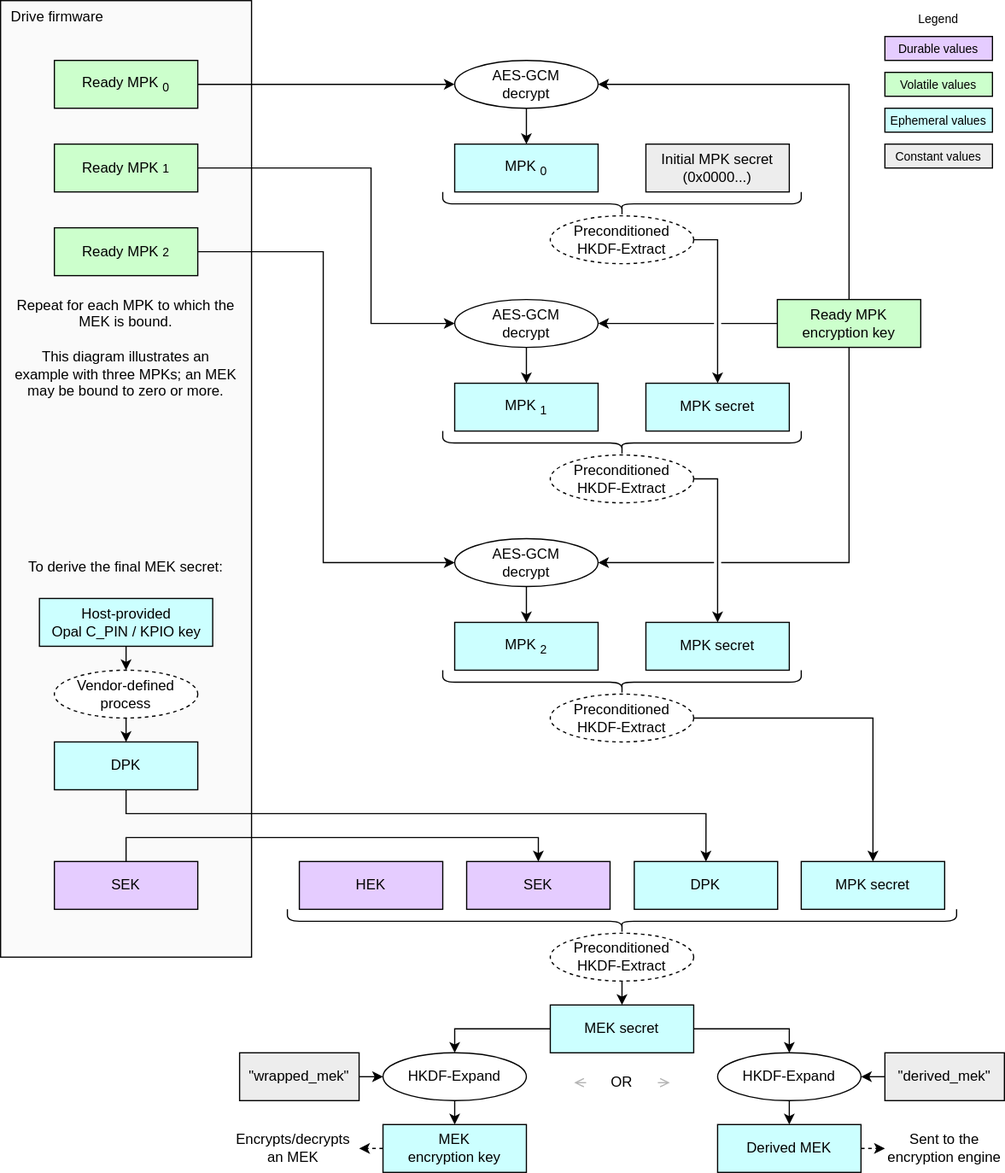
Above: doc/ocp_lock/diagrams/mek_secret_derivation.drawio.svg in chipsalliance/Caliptra (draw.io), before the change. Source tidied: cells renumbered, new cells last; positions are measured from the earlier drawing's top-left corner, leaving out a move shared by most shapes.
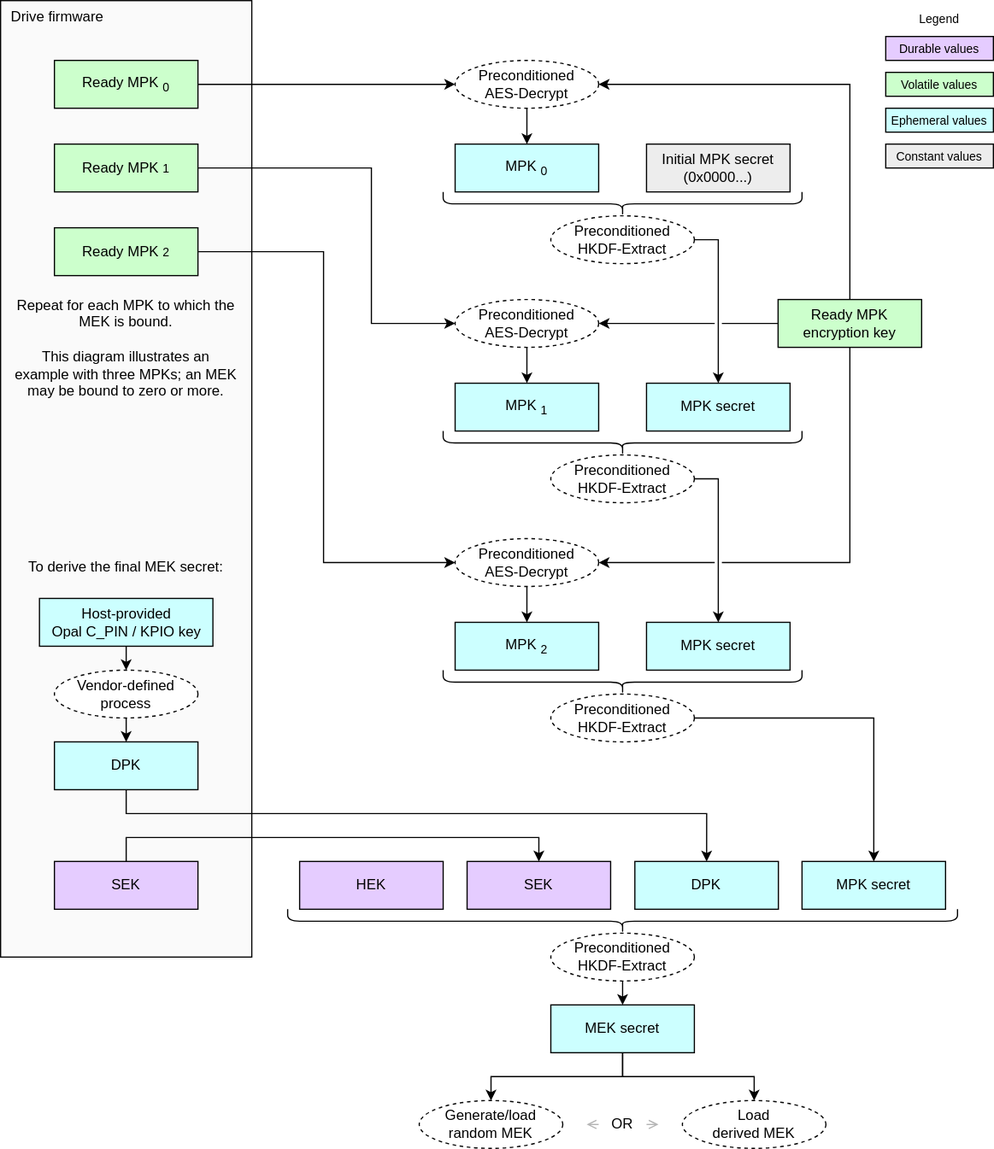
The same file after the commit.

Diff of the diagram source:
```diff
@@ -23,7 +23,7 @@
     <mxCell id="8" value="&lt;div&gt;&lt;font color=&quot;#000000&quot;&gt;Ready&amp;nbsp;&lt;span style=&quot;color: rgb(0, 0, 0);&quot;&gt;MPK&lt;/span&gt;&lt;/font&gt;&lt;/div&gt;&lt;div&gt;&lt;font color=&quot;#000000&quot;&gt;encryption key&lt;/font&gt;&lt;/div&gt;" style="rounded=0;whiteSpace=wrap;html=1;align=center;verticalAlign=middle;shadow=0;glass=0;spacingLeft=0;spacingBottom=0;spacingTop=0;fillColor=#CCFFCC;" parent="1" vertex="1">
       <mxGeometry x="650" y="250" width="120" height="40" as="geometry" />
     </mxCell>
-    <mxCell id="9" value="AES-GCM&lt;div&gt;decrypt&lt;/div&gt;" style="ellipse;whiteSpace=wrap;html=1;fillColor=#FFFFFF;" parent="1" vertex="1">
+    <mxCell id="9" value="Preconditioned&lt;div&gt;AES-Decrypt&lt;/div&gt;" style="ellipse;whiteSpace=wrap;html=1;fillColor=#FFFFFF;dashed=1;" parent="1" vertex="1">
       <mxGeometry x="380" y="50" width="120" height="40" as="geometry" />
     </mxCell>
     <mxCell id="10" style="edgeStyle=segmentEdgeStyle;endArrow=classic;html=1;curved=0;rounded=0;endSize=6;startSize=6;entryX=1;entryY=0.5;entryDx=0;entryDy=0;exitX=0.5;exitY=0;exitDx=0;exitDy=0;" parent="1" edge="1" source="8" target="9">
@@ -57,7 +57,7 @@
     <mxCell id="18" value="&lt;div&gt;&lt;font color=&quot;#000000&quot;&gt;Ready&amp;nbsp;&lt;/font&gt;&lt;font style=&quot;font-size: 10px;&quot;&gt;&lt;span style=&quot;color: rgb(0, 0, 0); font-size: 12px;&quot;&gt;MPK&lt;/span&gt;1&lt;/font&gt;&lt;/div&gt;" style="rounded=0;whiteSpace=wrap;html=1;align=center;verticalAlign=middle;shadow=0;glass=0;spacingLeft=0;spacingBottom=0;spacingTop=0;fillColor=#CCFFCC;" parent="1" vertex="1">
       <mxGeometry x="45" y="120" width="120" height="40" as="geometry" />
     </mxCell>
-    <mxCell id="19" value="AES-GCM&lt;div&gt;decrypt&lt;/div&gt;" style="ellipse;whiteSpace=wrap;html=1;fillColor=#FFFFFF;" parent="1" vertex="1">
+    <mxCell id="19" value="Preconditioned&lt;div&gt;AES-Decrypt&lt;/div&gt;" style="ellipse;whiteSpace=wrap;html=1;fillColor=#FFFFFF;dashed=1;" parent="1" vertex="1">
       <mxGeometry x="380" y="250" width="120" height="40" as="geometry" />
     </mxCell>
     <mxCell id="20" value="&lt;div&gt;&lt;font color=&quot;#000000&quot;&gt;MPK&lt;sub&gt;1&lt;/sub&gt;&lt;/font&gt;&lt;/div&gt;" style="rounded=0;whiteSpace=wrap;html=1;align=center;verticalAlign=middle;shadow=0;glass=0;spacingLeft=0;spacingBottom=0;spacingTop=0;fillColor=#CCFFFF;" parent="1" vertex="1">
@@ -78,7 +78,7 @@
     <mxCell id="25" value="&lt;div&gt;&lt;font color=&quot;#000000&quot;&gt;Ready&amp;nbsp;&lt;span style=&quot;color: rgb(0, 0, 0);&quot;&gt;MPK&lt;/span&gt;&lt;span style=&quot;font-size: 10px;&quot;&gt;2&lt;/span&gt;&lt;/font&gt;&lt;/div&gt;" style="rounded=0;whiteSpace=wrap;html=1;align=center;verticalAlign=middle;shadow=0;glass=0;spacingLeft=0;spacingBottom=0;spacingTop=0;fillColor=#CCFFCC;" parent="1" vertex="1">
       <mxGeometry x="45" y="190" width="120" height="40" as="geometry" />
     </mxCell>
-    <mxCell id="26" value="AES-GCM&lt;div&gt;decrypt&lt;/div&gt;" style="ellipse;whiteSpace=wrap;html=1;fillColor=#FFFFFF;" parent="1" vertex="1">
+    <mxCell id="26" value="Preconditioned&lt;div&gt;AES-Decrypt&lt;/div&gt;" style="ellipse;whiteSpace=wrap;html=1;fillColor=#FFFFFF;dashed=1;" parent="1" vertex="1">
       <mxGeometry x="380" y="450" width="120" height="40" as="geometry" />
     </mxCell>
     <mxCell id="27" value="&lt;div&gt;&lt;font color=&quot;#000000&quot;&gt;MPK&lt;sub&gt;2&lt;/sub&gt;&lt;/font&gt;&lt;/div&gt;" style="rounded=0;whiteSpace=wrap;html=1;align=center;verticalAlign=middle;shadow=0;glass=0;spacingLeft=0;spacingBottom=0;spacingTop=0;fillColor=#CCFFFF;" parent="1" vertex="1">
@@ -134,48 +134,24 @@
     <mxCell id="39" value="&lt;div&gt;&lt;span style=&quot;background-color: transparent;&quot;&gt;To derive the final MEK secret:&lt;/span&gt;&lt;/div&gt;" style="text;strokeColor=none;align=center;fillColor=none;html=1;verticalAlign=top;whiteSpace=wrap;rounded=0;" parent="1" vertex="1">
       <mxGeometry x="20" y="460" width="170" height="40" as="geometry" />
     </mxCell>
-    <mxCell id="40" value="HKDF-Expand" style="ellipse;whiteSpace=wrap;html=1;fillColor=#FFFFFF;" parent="1" vertex="1">
-      <mxGeometry x="600" y="880" width="120" height="40" as="geometry" />
+    <mxCell id="40" value="Load&lt;div&gt;derived MEK&lt;/div&gt;" style="ellipse;whiteSpace=wrap;html=1;fillColor=#FFFFFF;dashed=1;" parent="1" vertex="1">
+      <mxGeometry x="570" y="920" width="120" height="40" as="geometry" />
     </mxCell>
-    <mxCell id="41" style="edgeStyle=none;html=1;exitX=0.5;exitY=1;exitDx=0;exitDy=0;entryX=0.5;entryY=0;entryDx=0;entryDy=0;" parent="1" edge="1" source="49" target="45">
-      <mxGeometry relative="1" as="geometry" />
-    </mxCell>
     <mxCell id="42" value="&lt;div&gt;&lt;font color=&quot;#000000&quot;&gt;Constant values&lt;/font&gt;&lt;/div&gt;" style="rounded=0;whiteSpace=wrap;html=1;align=center;verticalAlign=middle;shadow=0;glass=0;spacingLeft=0;spacingBottom=0;spacingTop=0;fillColor=#EDEDED;fontSize=10;" parent="1" vertex="1">
       <mxGeometry x="740" y="120" width="90" height="20" as="geometry" />
     </mxCell>
-    <mxCell id="43" value="&lt;div&gt;&lt;font color=&quot;#000000&quot;&gt;&quot;derived_mek&quot;&lt;/font&gt;&lt;/div&gt;" style="rounded=0;whiteSpace=wrap;html=1;align=center;verticalAlign=middle;shadow=0;glass=0;spacingLeft=0;spacingBottom=0;spacingTop=0;fillColor=#EDEDED;" parent="1" vertex="1">
-      <mxGeometry x="740" y="880" width="100" height="40" as="geometry" />
-    </mxCell>
-    <mxCell id="44" style="edgeStyle=none;html=1;exitX=0;exitY=0.5;exitDx=0;exitDy=0;entryX=1;entryY=0.5;entryDx=0;entryDy=0;" parent="1" edge="1" source="43" target="40">
-      <mxGeometry relative="1" as="geometry" />
-    </mxCell>
-    <mxCell id="45" value="&lt;div&gt;&lt;font color=&quot;#000000&quot;&gt;MEK&lt;/font&gt;&lt;/div&gt;&lt;div&gt;&lt;font color=&quot;#000000&quot;&gt;encryption key&lt;/font&gt;&lt;/div&gt;" style="rounded=0;whiteSpace=wrap;html=1;align=center;verticalAlign=middle;shadow=0;glass=0;spacingLeft=0;spacingBottom=0;spacingTop=0;fillColor=#CCFFFF;" parent="1" vertex="1">
-      <mxGeometry x="320" y="940" width="120" height="40" as="geometry" />
-    </mxCell>
-    <mxCell id="46" style="edgeStyle=orthogonalEdgeStyle;endArrow=classic;html=1;rounded=0;endSize=6;startSize=6;exitX=0;exitY=0.5;exitDx=0;exitDy=0;entryX=0.5;entryY=0;entryDx=0;entryDy=0;" parent="1" edge="1" source="62" target="49">
+    <mxCell id="46" style="edgeStyle=orthogonalEdgeStyle;endArrow=classic;html=1;rounded=0;endSize=6;startSize=6;exitX=0.5;exitY=1;exitDx=0;exitDy=0;entryX=0.5;entryY=0;entryDx=0;entryDy=0;" parent="1" edge="1" source="62" target="49">
       <mxGeometry relative="1" as="geometry" />
     </mxCell>
-    <mxCell id="47" value="&lt;div&gt;&lt;font color=&quot;#000000&quot;&gt;Derived MEK&lt;/font&gt;&lt;/div&gt;" style="rounded=0;whiteSpace=wrap;html=1;align=center;verticalAlign=middle;shadow=0;glass=0;spacingLeft=0;spacingBottom=0;spacingTop=0;fillColor=#CCFFFF;" parent="1" vertex="1">
-      <mxGeometry x="600" y="940" width="120" height="40" as="geometry" />
-    </mxCell>
     <mxCell id="48" value="OR" style="text;strokeColor=none;align=center;fillColor=none;html=1;verticalAlign=middle;whiteSpace=wrap;rounded=0;" parent="1" vertex="1">
-      <mxGeometry x="490" y="890" width="60" height="30" as="geometry" />
+      <mxGeometry x="500" y="925" width="40" height="30" as="geometry" />
     </mxCell>
-    <mxCell id="49" value="HKDF-Expand" style="ellipse;whiteSpace=wrap;html=1;fillColor=#FFFFFF;" parent="1" vertex="1">
-      <mxGeometry x="320" y="880" width="120" height="40" as="geometry" />
+    <mxCell id="49" value="&lt;div&gt;Generate/load random MEK&lt;/div&gt;" style="ellipse;whiteSpace=wrap;html=1;fillColor=#FFFFFF;dashed=1;" parent="1" vertex="1">
+      <mxGeometry x="350" y="920" width="120" height="40" as="geometry" />
     </mxCell>
-    <mxCell id="50" style="edgeStyle=orthogonalEdgeStyle;endArrow=classic;html=1;rounded=0;endSize=6;startSize=6;exitX=1;exitY=0.5;exitDx=0;exitDy=0;entryX=0.5;entryY=0;entryDx=0;entryDy=0;" parent="1" edge="1" source="62" target="40">
+    <mxCell id="50" style="edgeStyle=orthogonalEdgeStyle;endArrow=classic;html=1;rounded=0;endSize=6;startSize=6;entryX=0.5;entryY=0;entryDx=0;entryDy=0;exitX=0.5;exitY=1;exitDx=0;exitDy=0;" parent="1" edge="1" source="62" target="40">
       <mxGeometry relative="1" as="geometry" />
     </mxCell>
-    <mxCell id="51" style="edgeStyle=none;html=1;exitX=0.5;exitY=1;exitDx=0;exitDy=0;entryX=0.5;entryY=0;entryDx=0;entryDy=0;" parent="1" edge="1" source="40" target="47">
-      <mxGeometry relative="1" as="geometry" />
-    </mxCell>
-    <mxCell id="52" value="&lt;div&gt;&lt;font color=&quot;#000000&quot;&gt;&quot;wrapped_mek&quot;&lt;/font&gt;&lt;/div&gt;" style="rounded=0;whiteSpace=wrap;html=1;align=center;verticalAlign=middle;shadow=0;glass=0;spacingLeft=0;spacingBottom=0;spacingTop=0;fillColor=#EDEDED;" parent="1" vertex="1">
-      <mxGeometry x="200" y="880" width="100" height="40" as="geometry" />
-    </mxCell>
-    <mxCell id="53" style="edgeStyle=none;html=1;exitX=1;exitY=0.5;exitDx=0;exitDy=0;entryX=0;entryY=0.5;entryDx=0;entryDy=0;" parent="1" edge="1" source="52" target="49">
-      <mxGeometry relative="1" as="geometry" />
-    </mxCell>
     <mxCell id="54" style="edgeStyle=elbowEdgeStyle;endArrow=classic;html=1;rounded=0;endSize=6;startSize=6;entryX=0.5;entryY=0;entryDx=0;entryDy=0;exitX=1;exitY=0.5;exitDx=0;exitDy=0;elbow=vertical;jumpStyle=none;" parent="1" edge="1" source="16" target="17">
       <mxGeometry relative="1" as="geometry">
         <Array as="points">
@@ -250,26 +226,14 @@
     <mxCell id="69" value="Repeat for each MPK to which the MEK is bound.&lt;div&gt;&lt;br&gt;&lt;/div&gt;&lt;div&gt;This diagram illustrates an example with three MPKs; an MEK may be bound to zero or more.&lt;/div&gt;" style="text;strokeColor=none;align=center;fillColor=none;html=1;verticalAlign=top;whiteSpace=wrap;rounded=0;" parent="1" vertex="1">
       <mxGeometry x="10" y="241" width="190" height="109" as="geometry" />
     </mxCell>
-    <mxCell id="70" value="Sent to the&lt;div&gt;encryption engine&lt;/div&gt;" style="text;strokeColor=none;align=center;fillColor=none;html=1;verticalAlign=middle;whiteSpace=wrap;rounded=0;" parent="1" vertex="1">
-      <mxGeometry x="740" y="945" width="100" height="30" as="geometry" />
-    </mxCell>
-    <mxCell id="71" style="edgeStyle=none;html=1;exitX=1;exitY=0.5;exitDx=0;exitDy=0;entryX=0;entryY=0.5;entryDx=0;entryDy=0;dashed=1;" parent="1" edge="1" source="47" target="70">
-      <mxGeometry relative="1" as="geometry" />
-    </mxCell>
-    <mxCell id="72" value="Encrypts/decrypts an MEK" style="text;strokeColor=none;align=center;fillColor=none;html=1;verticalAlign=middle;whiteSpace=wrap;rounded=0;" parent="1" vertex="1">
-      <mxGeometry x="190" y="945" width="110" height="30" as="geometry" />
-    </mxCell>
-    <mxCell id="73" style="edgeStyle=none;html=1;exitX=0;exitY=0.5;exitDx=0;exitDy=0;entryX=1;entryY=0.5;entryDx=0;entryDy=0;dashed=1;" parent="1" edge="1" source="45" target="72">
-      <mxGeometry relative="1" as="geometry" />
-    </mxCell>
-    <mxCell id="74" style="edgeStyle=orthogonalEdgeStyle;endArrow=open;html=1;rounded=0;endSize=6;startSize=6;exitX=1;exitY=0.5;exitDx=0;exitDy=0;strokeColor=#B3B3B3;endFill=0;" parent="1" edge="1" source="48">
+    <mxCell id="74" style="endArrow=open;html=1;rounded=0;endSize=6;startSize=6;exitX=1;exitY=0.5;exitDx=0;exitDy=0;strokeColor=#B3B3B3;endFill=0;" parent="1" edge="1" source="48">
       <mxGeometry relative="1" as="geometry">
-        <mxPoint x="560" y="905.7" as="targetPoint" />
+        <mxPoint x="550" y="940" as="targetPoint" />
       </mxGeometry>
     </mxCell>
-    <mxCell id="75" style="edgeStyle=orthogonalEdgeStyle;endArrow=open;html=1;rounded=0;endSize=6;startSize=6;exitX=0;exitY=0.5;exitDx=0;exitDy=0;strokeColor=#B3B3B3;endFill=0;" parent="1" edge="1" source="48">
+    <mxCell id="75" style="endArrow=open;html=1;rounded=0;endSize=6;startSize=6;exitX=0;exitY=0.5;exitDx=0;exitDy=0;strokeColor=#B3B3B3;endFill=0;" parent="1" edge="1" source="48">
       <mxGeometry relative="1" as="geometry">
-        <mxPoint x="480" y="905.7" as="targetPoint" />
+        <mxPoint x="490" y="940" as="targetPoint" />
       </mxGeometry>
     </mxCell>
   </root>
```
